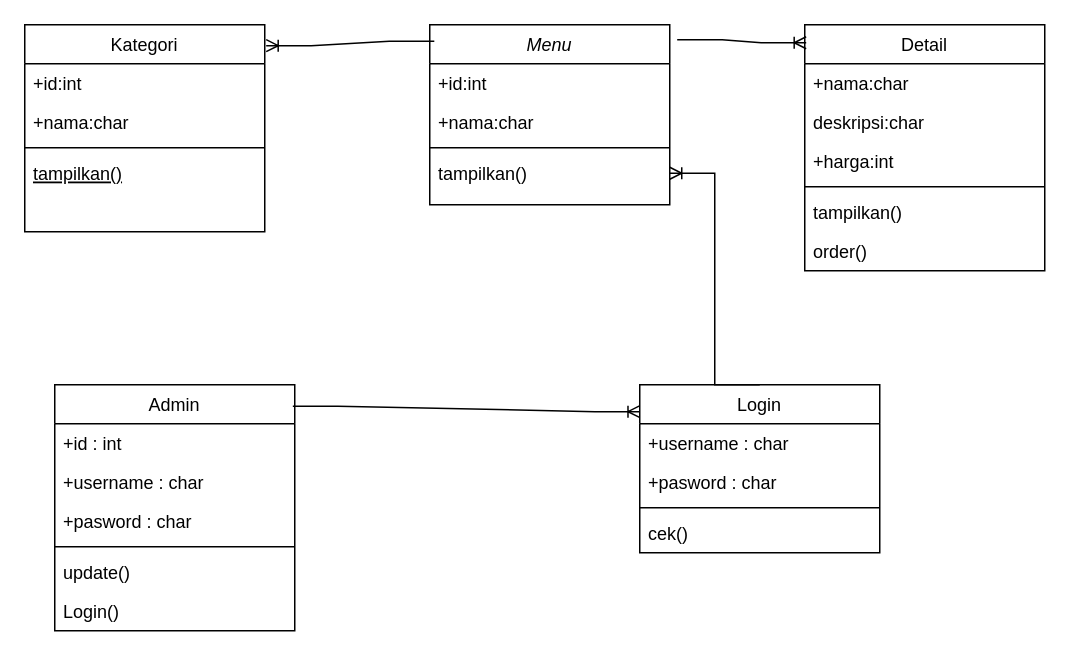
The draw.io diagram Diagram Tanpa Judul.drawio in alficlanjr/Landing-page, before the edit. Source tidied: cells renumbered, new cells numbered last; positions are measured from the earlier drawing's top-left corner, leaving out a move shared by most shapes. Both pictures are drawn from the tidied source at 150%, with x=0, y=0 at pixel (24, 24).
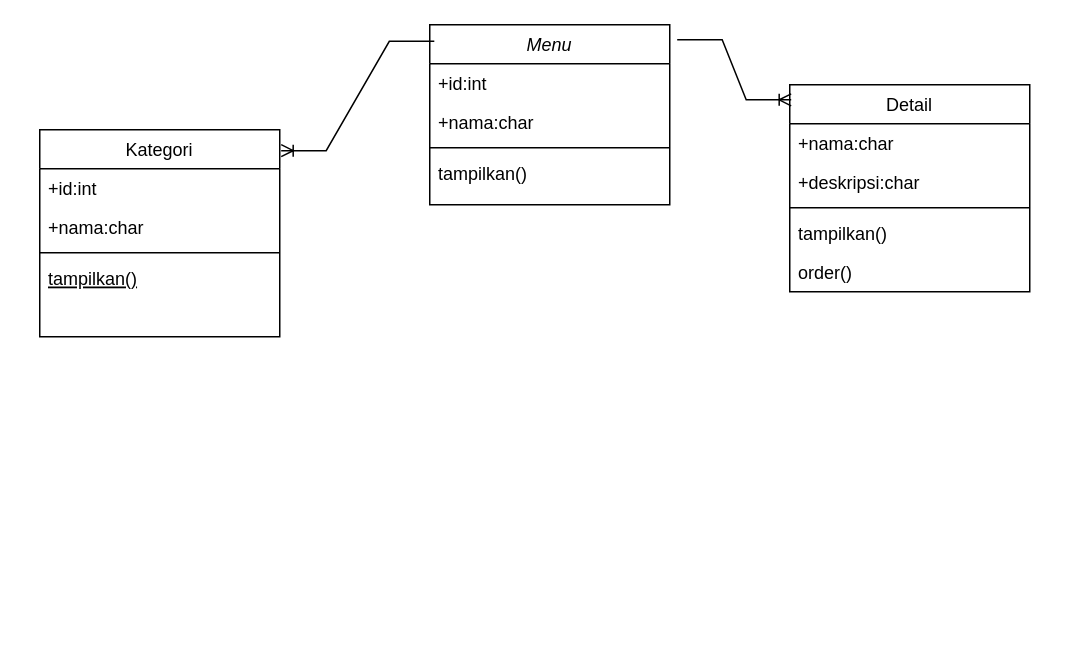
Above is the later version.

Unchanged cells that the change refers to:
```xml
<mxCell id="6" value="tampilkan()" style="text;align=left;verticalAlign=top;spacingLeft=4;spacingRight=4;overflow=hidden;points=[[0,0.5],[1,0.5]];portConstraint=eastwest;" parent="2" vertex="1">
  <mxGeometry y="86" width="160" height="26" as="geometry" />
</mxCell>
```

Diff of the diagram source:
```diff
@@
     <mxCell id="7" value="Kategori" style="swimlane;fontStyle=0;align=center;verticalAlign=top;horizontal=1;startSize=26;rounded=0;shadow=0;strokeWidth=1;" parent="1" vertex="1">
-      <mxGeometry width="160" height="138" as="geometry" />
+      <mxGeometry x="10" y="70" width="160" height="138" as="geometry" />
     </mxCell>
@@
     <mxCell id="12" value="Detail" style="swimlane;fontStyle=0;align=center;verticalAlign=top;horizontal=1;startSize=26;rounded=0;shadow=0;strokeWidth=1;" parent="1" vertex="1">
-      <mxGeometry x="520" width="160" height="164" as="geometry" />
+      <mxGeometry x="510" y="40" width="160" height="138" as="geometry" />
     </mxCell>
@@
-    <mxCell id="14" value="deskripsi:char" style="text;align=left;verticalAlign=top;spacingLeft=4;spacingRight=4;overflow=hidden;" parent="12" vertex="1">
+    <mxCell id="14" value="+deskripsi:char" style="text;align=left;verticalAlign=top;spacingLeft=4;spacingRight=4;overflow=hidden;" parent="12" vertex="1">
       <mxGeometry y="52" width="160" height="26" as="geometry" />
     </mxCell>
-    <mxCell id="15" value="+harga:int" style="text;align=left;verticalAlign=top;spacingLeft=4;spacingRight=4;overflow=hidden;" parent="12" vertex="1">
-      <mxGeometry y="78" width="160" height="26" as="geometry" />
-    </mxCell>
     <mxCell id="16" style="line;html=1;strokeWidth=1;align=left;verticalAlign=middle;spacingTop=-1;spacingLeft=3;spacingRight=3;labelPosition=right;" parent="12" vertex="1">
-      <mxGeometry y="104" width="160" height="8" as="geometry" />
+      <mxGeometry y="78" width="160" height="8" as="geometry" />
     </mxCell>
     <mxCell id="17" value="tampilkan()" style="text;align=left;verticalAlign=top;spacingLeft=4;spacingRight=4;overflow=hidden;" parent="12" vertex="1">
-      <mxGeometry y="112" width="160" height="26" as="geometry" />
+      <mxGeometry y="86" width="160" height="26" as="geometry" />
     </mxCell>
     <mxCell id="18" value="order()" style="text;align=left;verticalAlign=top;spacingLeft=4;spacingRight=4;overflow=hidden;" parent="12" vertex="1">
-      <mxGeometry y="138" width="160" height="26" as="geometry" />
+      <mxGeometry y="112" width="160" height="26" as="geometry" />
     </mxCell>
@@
-    <mxCell id="21" value="Admin" style="swimlane;fontStyle=0;align=center;verticalAlign=top;horizontal=1;startSize=26;rounded=0;shadow=0;strokeWidth=1;" parent="1" vertex="1">
-      <mxGeometry x="20" y="240" width="160" height="164" as="geometry" />
-    </mxCell>
-    <mxCell id="22" value="+id : int" style="text;align=left;verticalAlign=top;spacingLeft=4;spacingRight=4;overflow=hidden;" parent="21" vertex="1">
-      <mxGeometry y="26" width="160" height="26" as="geometry" />
-    </mxCell>
-    <mxCell id="23" value="+username : char" style="text;align=left;verticalAlign=top;spacingLeft=4;spacingRight=4;overflow=hidden;" parent="21" vertex="1">
-      <mxGeometry y="52" width="160" height="26" as="geometry" />
-    </mxCell>
-    <mxCell id="24" value="+pasword : char" style="text;align=left;verticalAlign=top;spacingLeft=4;spacingRight=4;overflow=hidden;" parent="21" vertex="1">
-      <mxGeometry y="78" width="160" height="26" as="geometry" />
-    </mxCell>
-    <mxCell id="25" style="line;html=1;strokeWidth=1;align=left;verticalAlign=middle;spacingTop=-1;spacingLeft=3;spacingRight=3;labelPosition=right;" parent="21" vertex="1">
-      <mxGeometry y="104" width="160" height="8" as="geometry" />
-    </mxCell>
-    <mxCell id="26" value="update()" style="text;align=left;verticalAlign=top;spacingLeft=4;spacingRight=4;overflow=hidden;" parent="21" vertex="1">
-      <mxGeometry y="112" width="160" height="26" as="geometry" />
-    </mxCell>
-    <mxCell id="27" value="Login()" style="text;align=left;verticalAlign=top;spacingLeft=4;spacingRight=4;overflow=hidden;" parent="21" vertex="1">
-      <mxGeometry y="138" width="160" height="26" as="geometry" />
-    </mxCell>
-    <mxCell id="28" style="edgeStyle=entityRelationEdgeStyle;fontSize=12;html=1;endArrow=ERoneToMany;rounded=0;exitX=0.992;exitY=0.087;exitDx=0;exitDy=0;exitPerimeter=0;entryX=0.001;entryY=0.16;entryDx=0;entryDy=0;entryPerimeter=0;" parent="1" edge="1" source="21" target="29">
-      <mxGeometry relative="1" as="geometry">
-        <Array as="points">
-          <mxPoint x="400" y="260" />
-        </Array>
-      </mxGeometry>
-    </mxCell>
-    <mxCell id="29" value="Login" style="swimlane;fontStyle=0;align=center;verticalAlign=top;horizontal=1;startSize=26;rounded=0;shadow=0;strokeWidth=1;" parent="1" vertex="1">
-      <mxGeometry x="410" y="240" width="160" height="112" as="geometry" />
-    </mxCell>
-    <mxCell id="30" value="+username : char" style="text;align=left;verticalAlign=top;spacingLeft=4;spacingRight=4;overflow=hidden;" parent="29" vertex="1">
-      <mxGeometry y="26" width="160" height="26" as="geometry" />
-    </mxCell>
-    <mxCell id="31" value="+pasword : char" style="text;align=left;verticalAlign=top;spacingLeft=4;spacingRight=4;overflow=hidden;" parent="29" vertex="1">
-      <mxGeometry y="52" width="160" height="26" as="geometry" />
-    </mxCell>
-    <mxCell id="32" style="line;html=1;strokeWidth=1;align=left;verticalAlign=middle;spacingTop=-1;spacingLeft=3;spacingRight=3;labelPosition=right;" parent="29" vertex="1">
-      <mxGeometry y="78" width="160" height="8" as="geometry" />
-    </mxCell>
-    <mxCell id="33" value="cek()" style="text;align=left;verticalAlign=top;spacingLeft=4;spacingRight=4;overflow=hidden;" parent="29" vertex="1">
-      <mxGeometry y="86" width="160" height="26" as="geometry" />
-    </mxCell>
-    <mxCell id="34" style="edgeStyle=entityRelationEdgeStyle;fontSize=12;html=1;endArrow=ERoneToMany;rounded=0;exitX=0.5;exitY=0;exitDx=0;exitDy=0;" parent="1" edge="1" source="29" target="6">
-      <mxGeometry relative="1" as="geometry" />
-    </mxCell>
```
